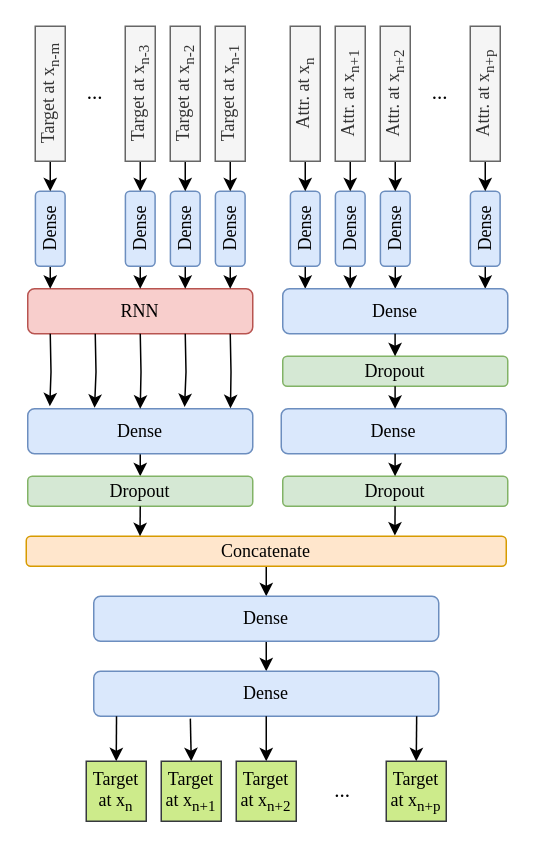
This is model.drawio from AndrzejTunkiel/Tape, a draw.io file, before an edit. Source tidied: cells renumbered, new cells numbered last; positions are measured from the earlier drawing's top-left corner, leaving out a move shared by most shapes. Both pictures are drawn from the tidied source at 150%, with x=0, y=0 at pixel (-18, 78).
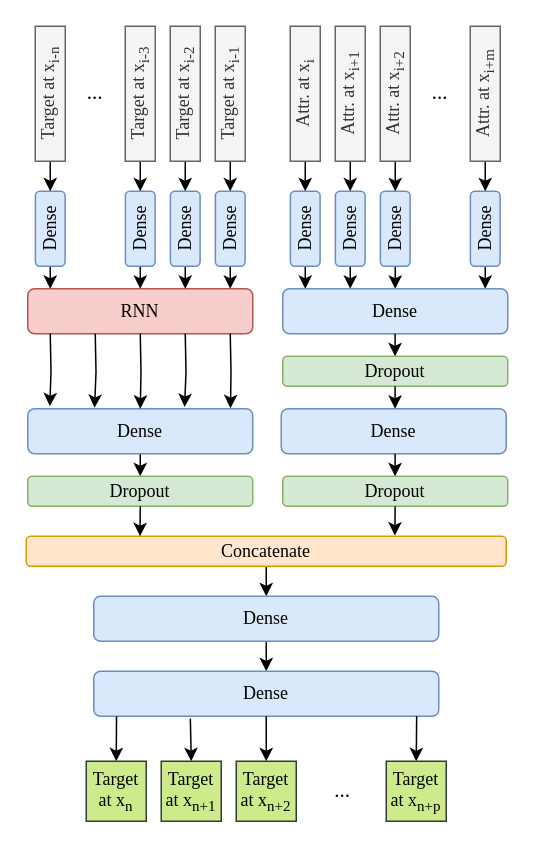
Above is the later version.

Change to the diagram source:
```diff
@@
-    <mxCell id="22" value="Target at x&lt;sub&gt;n-m&lt;/sub&gt;" style="rounded=0;whiteSpace=wrap;html=1;rotation=-90;fillColor=#f5f5f5;strokeColor=#666666;fontColor=#333333;fontFamily=Times New Roman;" parent="1" vertex="1">
+    <mxCell id="22" value="Target at x&lt;sub&gt;i-n&lt;/sub&gt;" style="rounded=0;whiteSpace=wrap;html=1;rotation=-90;fillColor=#f5f5f5;strokeColor=#666666;fontColor=#333333;fontFamily=Times New Roman;" parent="1" vertex="1">
       <mxGeometry width="90" height="20" as="geometry" />
     </mxCell>
@@
-    <mxCell id="26" value="Target at x&lt;sub&gt;n-3&lt;/sub&gt;" style="rounded=0;whiteSpace=wrap;html=1;rotation=-90;fillColor=#f5f5f5;strokeColor=#666666;fontColor=#333333;fontFamily=Times New Roman;" parent="1" vertex="1">
+    <mxCell id="26" value="Target at x&lt;sub&gt;i-3&lt;/sub&gt;" style="rounded=0;whiteSpace=wrap;html=1;rotation=-90;fillColor=#f5f5f5;strokeColor=#666666;fontColor=#333333;fontFamily=Times New Roman;" parent="1" vertex="1">
       <mxGeometry x="60" width="90" height="20" as="geometry" />
     </mxCell>
@@
-    <mxCell id="30" value="Target at x&lt;sub&gt;n-2&lt;/sub&gt;" style="rounded=0;whiteSpace=wrap;html=1;rotation=-90;fillColor=#f5f5f5;strokeColor=#666666;fontColor=#333333;fontFamily=Times New Roman;" parent="1" vertex="1">
+    <mxCell id="30" value="Target at x&lt;sub&gt;i-2&lt;/sub&gt;" style="rounded=0;whiteSpace=wrap;html=1;rotation=-90;fillColor=#f5f5f5;strokeColor=#666666;fontColor=#333333;fontFamily=Times New Roman;" parent="1" vertex="1">
       <mxGeometry x="90" width="90" height="20" as="geometry" />
     </mxCell>
@@
-    <mxCell id="34" value="Target at x&lt;sub&gt;n-1&lt;/sub&gt;" style="rounded=0;whiteSpace=wrap;html=1;rotation=-90;fillColor=#f5f5f5;strokeColor=#666666;fontColor=#333333;fontFamily=Times New Roman;" parent="1" vertex="1">
+    <mxCell id="34" value="Target at x&lt;sub&gt;i-1&lt;/sub&gt;" style="rounded=0;whiteSpace=wrap;html=1;rotation=-90;fillColor=#f5f5f5;strokeColor=#666666;fontColor=#333333;fontFamily=Times New Roman;" parent="1" vertex="1">
       <mxGeometry x="120" width="90" height="20" as="geometry" />
     </mxCell>
@@
-    <mxCell id="38" value="Attr. at x&lt;sub&gt;n&lt;/sub&gt;" style="rounded=0;whiteSpace=wrap;html=1;rotation=-90;fillColor=#f5f5f5;strokeColor=#666666;fontColor=#333333;fontFamily=Times New Roman;" parent="1" vertex="1">
+    <mxCell id="38" value="Attr. at x&lt;sub&gt;i&lt;/sub&gt;" style="rounded=0;whiteSpace=wrap;html=1;rotation=-90;fillColor=#f5f5f5;strokeColor=#666666;fontColor=#333333;fontFamily=Times New Roman;" parent="1" vertex="1">
       <mxGeometry x="170" width="90" height="20" as="geometry" />
     </mxCell>
@@
-    <mxCell id="42" value="Attr. at x&lt;sub&gt;n+1&lt;/sub&gt;" style="rounded=0;whiteSpace=wrap;html=1;rotation=-90;fillColor=#f5f5f5;strokeColor=#666666;fontColor=#333333;fontFamily=Times New Roman;" parent="1" vertex="1">
+    <mxCell id="42" value="Attr. at x&lt;sub&gt;i+1&lt;/sub&gt;" style="rounded=0;whiteSpace=wrap;html=1;rotation=-90;fillColor=#f5f5f5;strokeColor=#666666;fontColor=#333333;fontFamily=Times New Roman;" parent="1" vertex="1">
       <mxGeometry x="200" width="90" height="20" as="geometry" />
     </mxCell>
@@
-    <mxCell id="46" value="&lt;div&gt;Attr. at x&lt;sub&gt;n+2&lt;/sub&gt;&lt;/div&gt;" style="rounded=0;whiteSpace=wrap;html=1;rotation=-90;fillColor=#f5f5f5;strokeColor=#666666;fontColor=#333333;fontFamily=Times New Roman;" parent="1" vertex="1">
+    <mxCell id="46" value="&lt;div&gt;Attr. at x&lt;sub&gt;i+2&lt;/sub&gt;&lt;/div&gt;" style="rounded=0;whiteSpace=wrap;html=1;rotation=-90;fillColor=#f5f5f5;strokeColor=#666666;fontColor=#333333;fontFamily=Times New Roman;" parent="1" vertex="1">
       <mxGeometry x="230" width="90" height="20" as="geometry" />
     </mxCell>
@@
-    <mxCell id="50" value="Attr. at x&lt;sub&gt;n+p&lt;/sub&gt;" style="rounded=0;whiteSpace=wrap;html=1;rotation=-90;fillColor=#f5f5f5;strokeColor=#666666;fontColor=#333333;fontFamily=Times New Roman;" parent="1" vertex="1">
+    <mxCell id="50" value="Attr. at x&lt;sub&gt;i+m&lt;/sub&gt;" style="rounded=0;whiteSpace=wrap;html=1;rotation=-90;fillColor=#f5f5f5;strokeColor=#666666;fontColor=#333333;fontFamily=Times New Roman;" parent="1" vertex="1">
       <mxGeometry x="290" width="90" height="20" as="geometry" />
     </mxCell>
```
